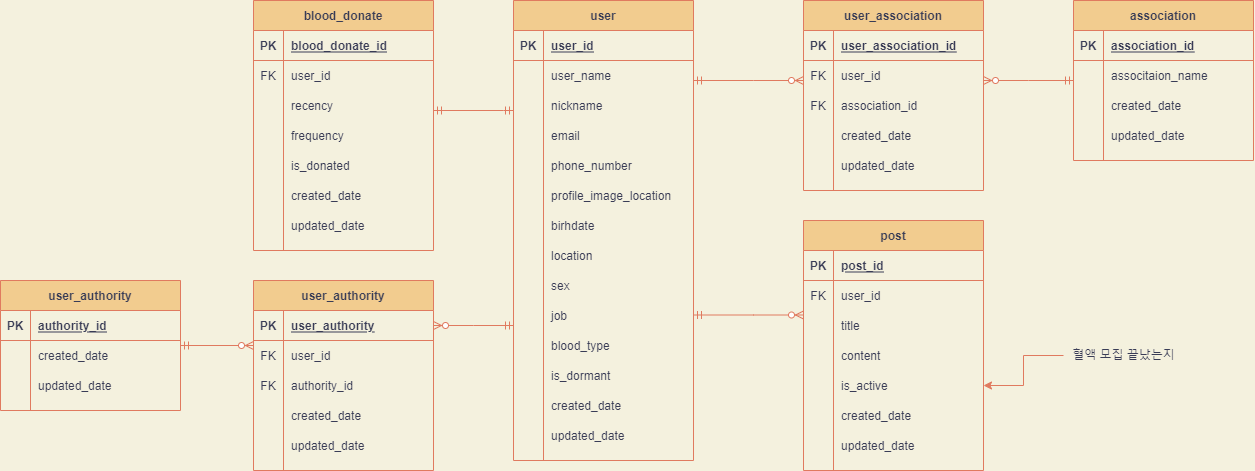
This is Untitled Diagram.drawio.png from CYC0227/lab, a draw.io export, as it was before one commit. Source tidied: cells renumbered, new cells last; positions are measured from the earlier drawing's top-left corner, leaving out a move shared by most shapes.
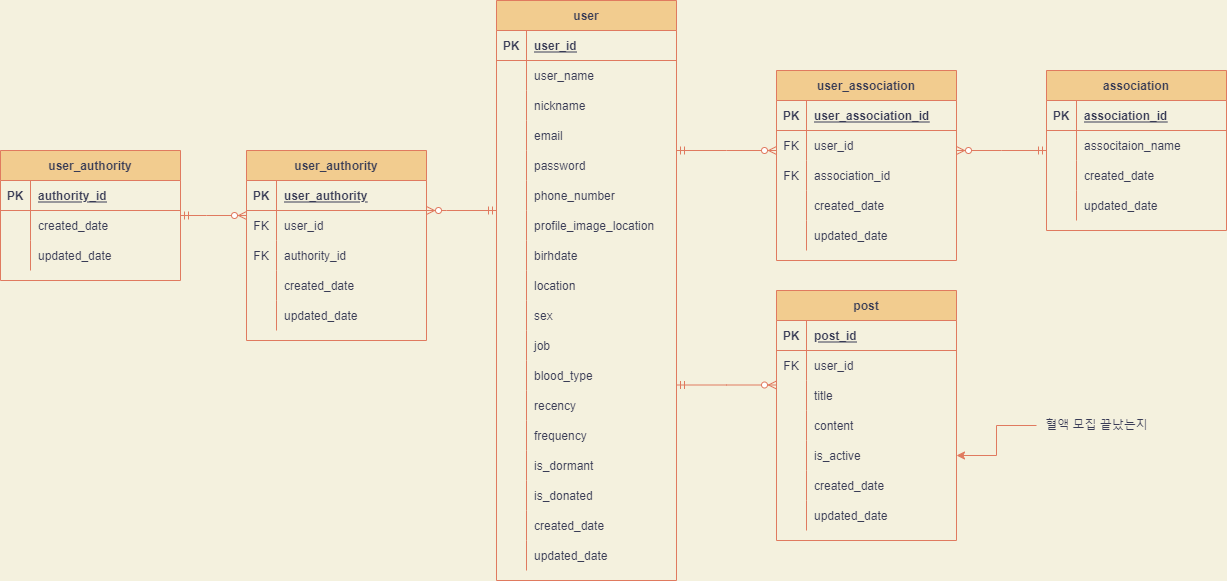
After the change.

What changed in the source:
```diff
@@ -3,7 +3,7 @@
     <mxCell id="0" />
     <mxCell id="1" parent="0" />
     <mxCell id="2" value="user" style="shape=table;startSize=30;rowLines=0;fontStyle=1;align=center;fillColor=#F2CC8F;strokeColor=#E07A5F;fontColor=#393C56;" parent="1" vertex="1">
-      <mxGeometry x="513" width="180" height="460" as="geometry" />
+      <mxGeometry x="523" y="-70" width="180" height="580" as="geometry" />
     </mxCell>
     <mxCell id="3" style="shape=partialRectangle;fillColor=none;top=0;left=0;bottom=1;right=0;strokeColor=#E07A5F;fontColor=#393C56;" parent="2" vertex="1">
       <mxGeometry y="30" width="180" height="30" as="geometry" />
@@ -41,8 +41,17 @@
     <mxCell id="14" value="email" style="shape=partialRectangle;fillColor=none;top=0;left=0;bottom=0;right=0;align=left;spacingLeft=6;overflow=hidden;strokeColor=#E07A5F;fontColor=#393C56;" parent="12" vertex="1">
       <mxGeometry x="30" width="150" height="30" as="geometry" />
     </mxCell>
+    <mxCell id="152" style="shape=partialRectangle;fillColor=none;top=0;left=0;bottom=0;right=0;strokeColor=#E07A5F;fontColor=#393C56;" parent="2" vertex="1">
+      <mxGeometry y="150" width="180" height="30" as="geometry" />
+    </mxCell>
+    <mxCell id="153" style="shape=partialRectangle;fillColor=none;top=0;left=0;bottom=0;right=0;overflow=hidden;strokeColor=#E07A5F;fontColor=#393C56;" parent="152" vertex="1">
+      <mxGeometry width="30" height="30" as="geometry" />
+    </mxCell>
+    <mxCell id="154" value="password" style="shape=partialRectangle;fillColor=none;top=0;left=0;bottom=0;right=0;align=left;spacingLeft=6;overflow=hidden;strokeColor=#E07A5F;fontColor=#393C56;" parent="152" vertex="1">
+      <mxGeometry x="30" width="150" height="30" as="geometry" />
+    </mxCell>
     <mxCell id="15" style="shape=partialRectangle;fillColor=none;top=0;left=0;bottom=0;right=0;strokeColor=#E07A5F;fontColor=#393C56;" parent="2" vertex="1">
-      <mxGeometry y="150" width="180" height="30" as="geometry" />
+      <mxGeometry y="180" width="180" height="30" as="geometry" />
     </mxCell>
     <mxCell id="16" style="shape=partialRectangle;fillColor=none;top=0;left=0;bottom=0;right=0;overflow=hidden;strokeColor=#E07A5F;fontColor=#393C56;" parent="15" vertex="1">
       <mxGeometry width="30" height="30" as="geometry" />
@@ -51,7 +60,7 @@
       <mxGeometry x="30" width="150" height="30" as="geometry" />
     </mxCell>
     <mxCell id="18" style="shape=partialRectangle;fillColor=none;top=0;left=0;bottom=0;right=0;strokeColor=#E07A5F;fontColor=#393C56;" parent="2" vertex="1">
-      <mxGeometry y="180" width="180" height="30" as="geometry" />
+      <mxGeometry y="210" width="180" height="30" as="geometry" />
     </mxCell>
     <mxCell id="19" style="shape=partialRectangle;fillColor=none;top=0;left=0;bottom=0;right=0;overflow=hidden;strokeColor=#E07A5F;fontColor=#393C56;" parent="18" vertex="1">
       <mxGeometry width="30" height="30" as="geometry" />
@@ -60,7 +69,7 @@
       <mxGeometry x="30" width="150" height="30" as="geometry" />
     </mxCell>
     <mxCell id="21" style="shape=partialRectangle;fillColor=none;top=0;left=0;bottom=0;right=0;strokeColor=#E07A5F;fontColor=#393C56;" parent="2" vertex="1">
-      <mxGeometry y="210" width="180" height="30" as="geometry" />
+      <mxGeometry y="240" width="180" height="30" as="geometry" />
     </mxCell>
     <mxCell id="22" style="shape=partialRectangle;fillColor=none;top=0;left=0;bottom=0;right=0;overflow=hidden;strokeColor=#E07A5F;fontColor=#393C56;" parent="21" vertex="1">
       <mxGeometry width="30" height="30" as="geometry" />
@@ -69,7 +78,7 @@
       <mxGeometry x="30" width="150" height="30" as="geometry" />
     </mxCell>
     <mxCell id="24" style="shape=partialRectangle;fillColor=none;top=0;left=0;bottom=0;right=0;strokeColor=#E07A5F;fontColor=#393C56;" parent="2" vertex="1">
-      <mxGeometry y="240" width="180" height="30" as="geometry" />
+      <mxGeometry y="270" width="180" height="30" as="geometry" />
     </mxCell>
     <mxCell id="25" style="shape=partialRectangle;fillColor=none;top=0;left=0;bottom=0;right=0;overflow=hidden;strokeColor=#E07A5F;fontColor=#393C56;" parent="24" vertex="1">
       <mxGeometry width="30" height="30" as="geometry" />
@@ -78,7 +87,7 @@
       <mxGeometry x="30" width="150" height="30" as="geometry" />
     </mxCell>
     <mxCell id="27" style="shape=partialRectangle;fillColor=none;top=0;left=0;bottom=0;right=0;strokeColor=#E07A5F;fontColor=#393C56;" parent="2" vertex="1">
-      <mxGeometry y="270" width="180" height="30" as="geometry" />
+      <mxGeometry y="300" width="180" height="30" as="geometry" />
     </mxCell>
     <mxCell id="28" style="shape=partialRectangle;fillColor=none;top=0;left=0;bottom=0;right=0;overflow=hidden;strokeColor=#E07A5F;fontColor=#393C56;" parent="27" vertex="1">
       <mxGeometry width="30" height="30" as="geometry" />
@@ -87,7 +96,7 @@
       <mxGeometry x="30" width="150" height="30" as="geometry" />
     </mxCell>
     <mxCell id="30" style="shape=partialRectangle;fillColor=none;top=0;left=0;bottom=0;right=0;strokeColor=#E07A5F;fontColor=#393C56;" parent="2" vertex="1">
-      <mxGeometry y="300" width="180" height="30" as="geometry" />
+      <mxGeometry y="330" width="180" height="30" as="geometry" />
     </mxCell>
     <mxCell id="31" style="shape=partialRectangle;fillColor=none;top=0;left=0;bottom=0;right=0;overflow=hidden;strokeColor=#E07A5F;fontColor=#393C56;" parent="30" vertex="1">
       <mxGeometry width="30" height="30" as="geometry" />
@@ -96,7 +105,7 @@
       <mxGeometry x="30" width="150" height="30" as="geometry" />
     </mxCell>
     <mxCell id="33" style="shape=partialRectangle;fillColor=none;top=0;left=0;bottom=0;right=0;strokeColor=#E07A5F;fontColor=#393C56;" parent="2" vertex="1">
-      <mxGeometry y="330" width="180" height="30" as="geometry" />
+      <mxGeometry y="360" width="180" height="30" as="geometry" />
     </mxCell>
     <mxCell id="34" style="shape=partialRectangle;fillColor=none;top=0;left=0;bottom=0;right=0;overflow=hidden;strokeColor=#E07A5F;fontColor=#393C56;" parent="33" vertex="1">
       <mxGeometry width="30" height="30" as="geometry" />
@@ -104,8 +113,26 @@
     <mxCell id="35" value="blood_type" style="shape=partialRectangle;fillColor=none;top=0;left=0;bottom=0;right=0;align=left;spacingLeft=6;overflow=hidden;strokeColor=#E07A5F;fontColor=#393C56;" parent="33" vertex="1">
       <mxGeometry x="30" width="150" height="30" as="geometry" />
     </mxCell>
+    <mxCell id="108" style="shape=partialRectangle;fillColor=none;top=0;left=0;bottom=0;right=0;strokeColor=#E07A5F;fontColor=#393C56;" parent="2" vertex="1">
+      <mxGeometry y="390" width="180" height="30" as="geometry" />
+    </mxCell>
+    <mxCell id="109" style="shape=partialRectangle;fillColor=none;top=0;left=0;bottom=0;right=0;overflow=hidden;strokeColor=#E07A5F;fontColor=#393C56;" parent="108" vertex="1">
+      <mxGeometry width="30" height="30" as="geometry" />
+    </mxCell>
+    <mxCell id="110" value="recency" style="shape=partialRectangle;fillColor=none;top=0;left=0;bottom=0;right=0;align=left;spacingLeft=6;overflow=hidden;strokeColor=#E07A5F;fontColor=#393C56;" parent="108" vertex="1">
+      <mxGeometry x="30" width="150" height="30" as="geometry" />
+    </mxCell>
+    <mxCell id="111" style="shape=partialRectangle;fillColor=none;top=0;left=0;bottom=0;right=0;strokeColor=#E07A5F;fontColor=#393C56;" parent="2" vertex="1">
+      <mxGeometry y="420" width="180" height="30" as="geometry" />
+    </mxCell>
+    <mxCell id="112" style="shape=partialRectangle;fillColor=none;top=0;left=0;bottom=0;right=0;overflow=hidden;strokeColor=#E07A5F;fontColor=#393C56;" parent="111" vertex="1">
+      <mxGeometry width="30" height="30" as="geometry" />
+    </mxCell>
+    <mxCell id="113" value="frequency" style="shape=partialRectangle;fillColor=none;top=0;left=0;bottom=0;right=0;align=left;spacingLeft=6;overflow=hidden;strokeColor=#E07A5F;fontColor=#393C56;" parent="111" vertex="1">
+      <mxGeometry x="30" width="150" height="30" as="geometry" />
+    </mxCell>
     <mxCell id="36" style="shape=partialRectangle;fillColor=none;top=0;left=0;bottom=0;right=0;strokeColor=#E07A5F;fontColor=#393C56;" parent="2" vertex="1">
-      <mxGeometry y="360" width="180" height="30" as="geometry" />
+      <mxGeometry y="450" width="180" height="30" as="geometry" />
     </mxCell>
     <mxCell id="37" style="shape=partialRectangle;fillColor=none;top=0;left=0;bottom=0;right=0;overflow=hidden;strokeColor=#E07A5F;fontColor=#393C56;" parent="36" vertex="1">
       <mxGeometry width="30" height="30" as="geometry" />
@@ -113,8 +140,17 @@
     <mxCell id="38" value="is_dormant" style="shape=partialRectangle;fillColor=none;top=0;left=0;bottom=0;right=0;align=left;spacingLeft=6;overflow=hidden;strokeColor=#E07A5F;fontColor=#393C56;" parent="36" vertex="1">
       <mxGeometry x="30" width="150" height="30" as="geometry" />
     </mxCell>
+    <mxCell id="114" style="shape=partialRectangle;fillColor=none;top=0;left=0;bottom=0;right=0;strokeColor=#E07A5F;fontColor=#393C56;" parent="2" vertex="1">
+      <mxGeometry y="480" width="180" height="30" as="geometry" />
+    </mxCell>
+    <mxCell id="115" style="shape=partialRectangle;fillColor=none;top=0;left=0;bottom=0;right=0;overflow=hidden;strokeColor=#E07A5F;fontColor=#393C56;" parent="114" vertex="1">
+      <mxGeometry width="30" height="30" as="geometry" />
+    </mxCell>
+    <mxCell id="116" value="is_donated " style="shape=partialRectangle;fillColor=none;top=0;left=0;bottom=0;right=0;align=left;spacingLeft=6;overflow=hidden;strokeColor=#E07A5F;fontColor=#393C56;" parent="114" vertex="1">
+      <mxGeometry x="30" width="150" height="30" as="geometry" />
+    </mxCell>
     <mxCell id="39" style="shape=partialRectangle;fillColor=none;top=0;left=0;bottom=0;right=0;strokeColor=#E07A5F;fontColor=#393C56;" parent="2" vertex="1">
-      <mxGeometry y="390" width="180" height="30" as="geometry" />
+      <mxGeometry y="510" width="180" height="30" as="geometry" />
     </mxCell>
     <mxCell id="40" style="shape=partialRectangle;fillColor=none;top=0;left=0;bottom=0;right=0;overflow=hidden;strokeColor=#E07A5F;fontColor=#393C56;" parent="39" vertex="1">
       <mxGeometry width="30" height="30" as="geometry" />
@@ -123,7 +159,7 @@
       <mxGeometry x="30" width="150" height="30" as="geometry" />
     </mxCell>
     <mxCell id="42" style="shape=partialRectangle;fillColor=none;top=0;left=0;bottom=0;right=0;strokeColor=#E07A5F;fontColor=#393C56;" parent="2" vertex="1">
-      <mxGeometry y="420" width="180" height="30" as="geometry" />
+      <mxGeometry y="540" width="180" height="30" as="geometry" />
     </mxCell>
     <mxCell id="43" style="shape=partialRectangle;fillColor=none;top=0;left=0;bottom=0;right=0;overflow=hidden;strokeColor=#E07A5F;fontColor=#393C56;" parent="42" vertex="1">
       <mxGeometry width="30" height="30" as="geometry" />
@@ -313,82 +349,8 @@
     <mxCell id="100" value="혈액 모집 끝났는지" style="text;html=1;align=center;verticalAlign=middle;points=[];strokeColor=none;fillColor=none;fontColor=#393C56;" parent="1" vertex="1">
       <mxGeometry x="1063" y="345" width="120" height="20" as="geometry" />
     </mxCell>
-    <mxCell id="101" value="blood_donate" style="shape=table;startSize=30;rowLines=0;fontStyle=1;align=center;fillColor=#F2CC8F;strokeColor=#E07A5F;fontColor=#393C56;" parent="1" vertex="1">
-      <mxGeometry x="253" width="180" height="250" as="geometry" />
-    </mxCell>
-    <mxCell id="102" style="shape=partialRectangle;fillColor=none;top=0;left=0;bottom=1;right=0;strokeColor=#E07A5F;fontColor=#393C56;" parent="101" vertex="1">
-      <mxGeometry y="30" width="180" height="30" as="geometry" />
-    </mxCell>
-    <mxCell id="103" value="PK" style="shape=partialRectangle;fillColor=none;top=0;left=0;bottom=0;right=0;fontStyle=1;overflow=hidden;strokeColor=#E07A5F;fontColor=#393C56;" parent="102" vertex="1">
-      <mxGeometry width="30" height="30" as="geometry" />
-    </mxCell>
-    <mxCell id="104" value="blood_donate_id" style="shape=partialRectangle;fillColor=none;top=0;left=0;bottom=0;right=0;align=left;spacingLeft=6;fontStyle=5;overflow=hidden;strokeColor=#E07A5F;fontColor=#393C56;" parent="102" vertex="1">
-      <mxGeometry x="30" width="150" height="30" as="geometry" />
-    </mxCell>
-    <mxCell id="105" style="shape=partialRectangle;fillColor=none;top=0;left=0;bottom=0;right=0;strokeColor=#E07A5F;fontColor=#393C56;" parent="101" vertex="1">
-      <mxGeometry y="60" width="180" height="30" as="geometry" />
-    </mxCell>
-    <mxCell id="106" value="FK" style="shape=partialRectangle;fillColor=none;top=0;left=0;bottom=0;right=0;overflow=hidden;strokeColor=#E07A5F;fontColor=#393C56;" parent="105" vertex="1">
-      <mxGeometry width="30" height="30" as="geometry" />
-    </mxCell>
-    <mxCell id="107" value="user_id" style="shape=partialRectangle;fillColor=none;top=0;left=0;bottom=0;right=0;align=left;spacingLeft=6;overflow=hidden;strokeColor=#E07A5F;fontColor=#393C56;" parent="105" vertex="1">
-      <mxGeometry x="30" width="150" height="30" as="geometry" />
-    </mxCell>
-    <mxCell id="108" style="shape=partialRectangle;fillColor=none;top=0;left=0;bottom=0;right=0;strokeColor=#E07A5F;fontColor=#393C56;" parent="101" vertex="1">
-      <mxGeometry y="90" width="180" height="30" as="geometry" />
-    </mxCell>
-    <mxCell id="109" style="shape=partialRectangle;fillColor=none;top=0;left=0;bottom=0;right=0;overflow=hidden;strokeColor=#E07A5F;fontColor=#393C56;" parent="108" vertex="1">
-      <mxGeometry width="30" height="30" as="geometry" />
-    </mxCell>
-    <mxCell id="110" value="recency" style="shape=partialRectangle;fillColor=none;top=0;left=0;bottom=0;right=0;align=left;spacingLeft=6;overflow=hidden;strokeColor=#E07A5F;fontColor=#393C56;" parent="108" vertex="1">
-      <mxGeometry x="30" width="150" height="30" as="geometry" />
-    </mxCell>
-    <mxCell id="111" style="shape=partialRectangle;fillColor=none;top=0;left=0;bottom=0;right=0;strokeColor=#E07A5F;fontColor=#393C56;" parent="101" vertex="1">
-      <mxGeometry y="120" width="180" height="30" as="geometry" />
-    </mxCell>
-    <mxCell id="112" style="shape=partialRectangle;fillColor=none;top=0;left=0;bottom=0;right=0;overflow=hidden;strokeColor=#E07A5F;fontColor=#393C56;" parent="111" vertex="1">
-      <mxGeometry width="30" height="30" as="geometry" />
-    </mxCell>
-    <mxCell id="113" value="frequency" style="shape=partialRectangle;fillColor=none;top=0;left=0;bottom=0;right=0;align=left;spacingLeft=6;overflow=hidden;strokeColor=#E07A5F;fontColor=#393C56;" parent="111" vertex="1">
-      <mxGeometry x="30" width="150" height="30" as="geometry" />
-    </mxCell>
-    <mxCell id="114" style="shape=partialRectangle;fillColor=none;top=0;left=0;bottom=0;right=0;strokeColor=#E07A5F;fontColor=#393C56;" parent="101" vertex="1">
-      <mxGeometry y="150" width="180" height="30" as="geometry" />
-    </mxCell>
-    <mxCell id="115" style="shape=partialRectangle;fillColor=none;top=0;left=0;bottom=0;right=0;overflow=hidden;strokeColor=#E07A5F;fontColor=#393C56;" parent="114" vertex="1">
-      <mxGeometry width="30" height="30" as="geometry" />
-    </mxCell>
-    <mxCell id="116" value="is_donated " style="shape=partialRectangle;fillColor=none;top=0;left=0;bottom=0;right=0;align=left;spacingLeft=6;overflow=hidden;strokeColor=#E07A5F;fontColor=#393C56;" parent="114" vertex="1">
-      <mxGeometry x="30" width="150" height="30" as="geometry" />
-    </mxCell>
-    <mxCell id="117" style="shape=partialRectangle;fillColor=none;top=0;left=0;bottom=0;right=0;strokeColor=#E07A5F;fontColor=#393C56;" parent="101" vertex="1">
-      <mxGeometry y="180" width="180" height="30" as="geometry" />
-    </mxCell>
-    <mxCell id="118" style="shape=partialRectangle;fillColor=none;top=0;left=0;bottom=0;right=0;overflow=hidden;strokeColor=#E07A5F;fontColor=#393C56;" parent="117" vertex="1">
-      <mxGeometry width="30" height="30" as="geometry" />
-    </mxCell>
-    <mxCell id="119" value="created_date" style="shape=partialRectangle;fillColor=none;top=0;left=0;bottom=0;right=0;align=left;spacingLeft=6;overflow=hidden;strokeColor=#E07A5F;fontColor=#393C56;" parent="117" vertex="1">
-      <mxGeometry x="30" width="150" height="30" as="geometry" />
-    </mxCell>
-    <mxCell id="120" style="shape=partialRectangle;fillColor=none;top=0;left=0;bottom=0;right=0;strokeColor=#E07A5F;fontColor=#393C56;" parent="101" vertex="1">
-      <mxGeometry y="210" width="180" height="30" as="geometry" />
-    </mxCell>
-    <mxCell id="121" style="shape=partialRectangle;fillColor=none;top=0;left=0;bottom=0;right=0;overflow=hidden;strokeColor=#E07A5F;fontColor=#393C56;" parent="120" vertex="1">
-      <mxGeometry width="30" height="30" as="geometry" />
-    </mxCell>
-    <mxCell id="122" value="updated_date" style="shape=partialRectangle;fillColor=none;top=0;left=0;bottom=0;right=0;align=left;spacingLeft=6;overflow=hidden;strokeColor=#E07A5F;fontColor=#393C56;" parent="120" vertex="1">
-      <mxGeometry x="30" width="150" height="30" as="geometry" />
-    </mxCell>
-    <mxCell id="123" style="edgeStyle=orthogonalEdgeStyle;fontSize=12;html=1;endArrow=ERmandOne;startArrow=ERmandOne;rounded=0;strokeColor=#E07A5F;fontColor=#393C56;labelBackgroundColor=#F4F1DE;" parent="1" edge="1" source="101" target="2">
-      <mxGeometry relative="1" as="geometry">
-        <Array as="points">
-          <mxPoint x="503" y="110" />
-          <mxPoint x="503" y="110" />
-        </Array>
-      </mxGeometry>
-    </mxCell>
     <mxCell id="124" value="user_authority" style="shape=table;startSize=30;rowLines=0;fontStyle=1;align=center;fillColor=#F2CC8F;strokeColor=#E07A5F;fontColor=#393C56;" parent="1" vertex="1">
-      <mxGeometry x="253" y="280" width="180" height="190" as="geometry" />
+      <mxGeometry x="273" y="80" width="180" height="190" as="geometry" />
     </mxCell>
     <mxCell id="125" style="shape=partialRectangle;fillColor=none;top=0;left=0;bottom=1;right=0;points=[[0,0.5],[1,0.5]];portConstraint=eastwest;strokeColor=#E07A5F;fontColor=#393C56;" parent="124" vertex="1">
       <mxGeometry y="30" width="180" height="30" as="geometry" />
@@ -436,7 +398,7 @@
       <mxGeometry x="30" width="150" height="30" as="geometry" />
     </mxCell>
     <mxCell id="140" value="user_authority" style="shape=table;startSize=30;rowLines=0;fontStyle=1;align=center;fillColor=#F2CC8F;strokeColor=#E07A5F;fontColor=#393C56;" parent="1" vertex="1">
-      <mxGeometry y="280" width="180" height="130" as="geometry" />
+      <mxGeometry x="27" y="80" width="180" height="130" as="geometry" />
     </mxCell>
     <mxCell id="141" style="shape=partialRectangle;fillColor=none;top=0;left=0;bottom=1;right=0;strokeColor=#E07A5F;fontColor=#393C56;" parent="140" vertex="1">
       <mxGeometry y="30" width="180" height="30" as="geometry" />
@@ -468,6 +430,7 @@
     <mxCell id="150" style="fontSize=12;html=1;endArrow=ERzeroToMany;startArrow=ERmandOne;rounded=0;edgeStyle=elbowEdgeStyle;strokeColor=#E07A5F;fontColor=#393C56;labelBackgroundColor=#F4F1DE;" parent="1" edge="1" source="140" target="124">
       <mxGeometry relative="1" as="geometry">
         <Array as="points">
+          <mxPoint x="233" y="145" />
           <mxPoint x="253" y="290" />
           <mxPoint x="153" y="233.6" />
         </Array>
@@ -476,6 +439,9 @@
     <mxCell id="151" style="fontSize=12;html=1;endArrow=ERzeroToMany;startArrow=ERmandOne;rounded=0;edgeStyle=elbowEdgeStyle;strokeColor=#E07A5F;fontColor=#393C56;labelBackgroundColor=#F4F1DE;" parent="1" edge="1" source="2" target="125">
       <mxGeometry relative="1" as="geometry">
         <Array as="points">
+          <mxPoint x="473" y="140" />
+          <mxPoint x="493" y="150" />
+          <mxPoint x="493" y="125" />
           <mxPoint x="473" y="325" />
           <mxPoint x="513" y="315" />
           <mxPoint x="403" y="295" />
```
